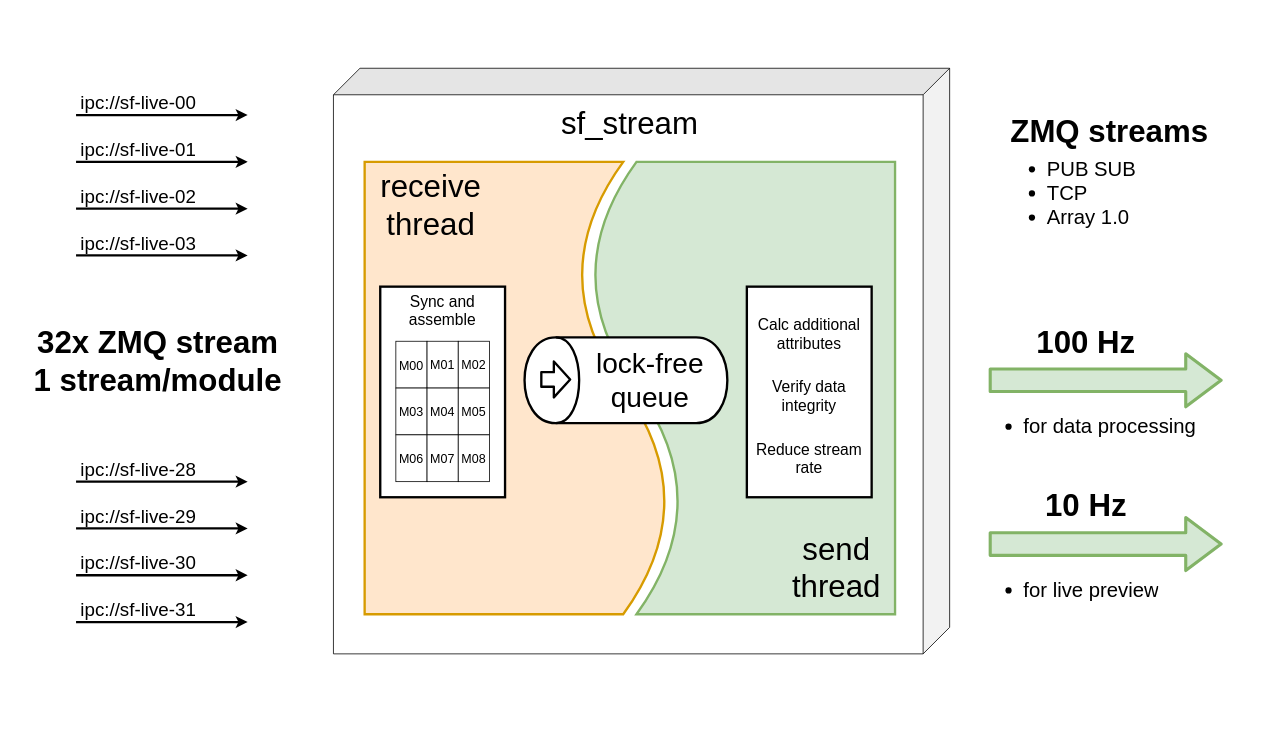
paulscherrerinstitute/sf_daq_buffer keeps this draw.io diagram as page "sf_stream" (4 of 5) of sf_daq_buffer.drawio. Above is the earlier version. Source tidied: cells renumbered, new cells numbered last; positions are measured from the earlier drawing's top-left corner, leaving out a move shared by most shapes. Both pictures are drawn from the tidied source at 78%, with x=0, y=0 at pixel (13, 68).
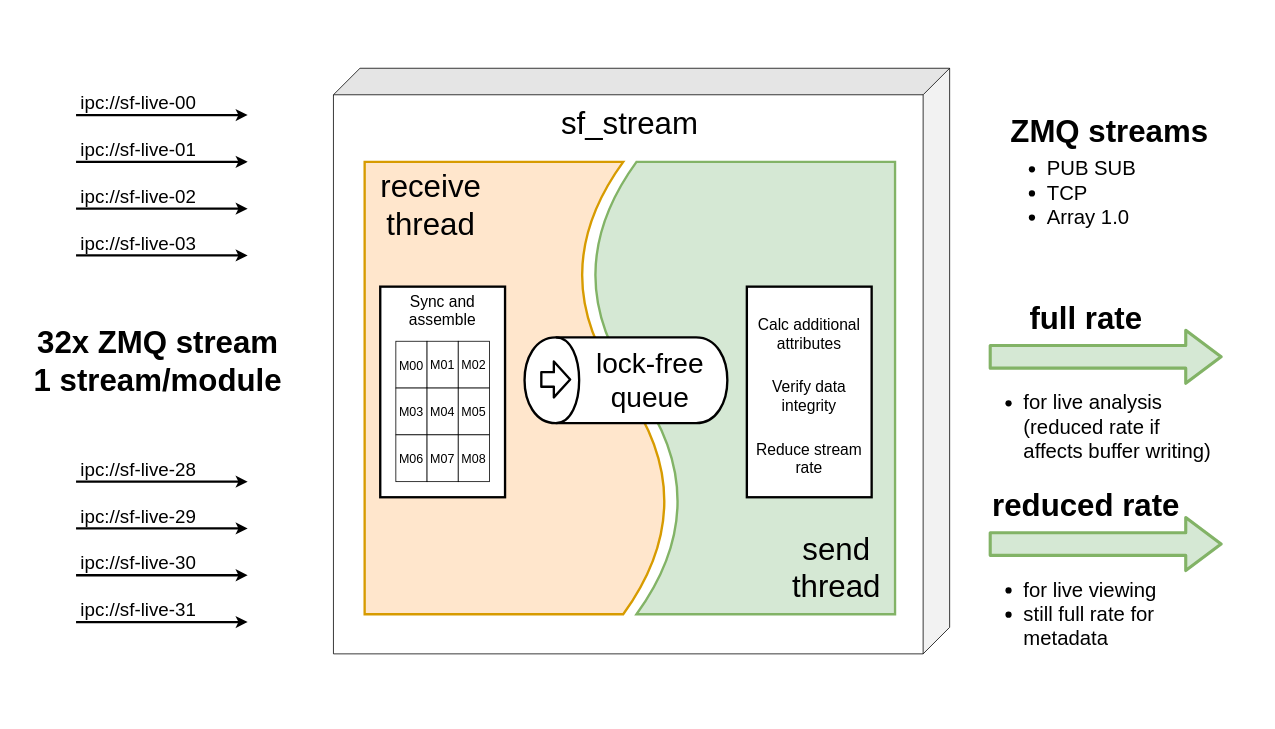
After the change.

Unchanged cells that the change refers to:
```xml
<mxCell id="15" style="group;" parent="12" vertex="1">
  <mxGeometry y="200" width="310" height="500" as="geometry" />
</mxCell>
<mxCell id="18" style="group;" parent="17" vertex="1">
  <mxGeometry width="300" height="210" as="geometry" />
</mxCell>
<mxCell id="25" style="group;" parent="24" vertex="1">
  <mxGeometry width="300" height="210" as="geometry" />
</mxCell>
```

What changed in the source:
```diff
@@
+    <mxCell id="65" style="rounded=0;whiteSpace=wrap;html=1;fillColor=none;strokeColor=none;" parent="1" vertex="1">
+      <mxGeometry y="-70" width="1600" height="900" as="geometry" />
+    </mxCell>
@@
     <mxCell id="16" style="group;" parent="15" vertex="1">
-      <mxGeometry width="310" height="300" as="geometry" />
+      <mxGeometry y="-30" width="310" height="300" as="geometry" />
     </mxCell>
@@
-    <mxCell id="20" value="100 Hz" style="text;html=1;strokeColor=none;fillColor=none;align=center;verticalAlign=middle;whiteSpace=wrap;rounded=0;fontSize=40;fontStyle=1;" parent="18" vertex="1">
+    <mxCell id="20" value="full rate" style="text;html=1;strokeColor=none;fillColor=none;align=center;verticalAlign=middle;whiteSpace=wrap;rounded=0;fontSize=40;fontStyle=1;" parent="18" vertex="1">
       <mxGeometry width="250" height="40" as="geometry" />
     </mxCell>
-    <mxCell id="21" value="&lt;h1&gt;&lt;ul style=&quot;font-size: 26px&quot;&gt;&lt;li&gt;&lt;span style=&quot;font-weight: normal&quot;&gt;for data processing&lt;/span&gt;&lt;/li&gt;&lt;/ul&gt;&lt;/h1&gt;" style="text;html=1;strokeColor=none;fillColor=none;spacing=5;spacingTop=-20;whiteSpace=wrap;overflow=hidden;rounded=0;fontSize=40;" parent="18" vertex="1">
-      <mxGeometry y="70" width="300" height="90" as="geometry" />
+    <mxCell id="21" value="&lt;h1&gt;&lt;ul style=&quot;font-size: 26px&quot;&gt;&lt;li&gt;&lt;span style=&quot;font-weight: normal&quot;&gt;for live analysis (reduced rate if affects buffer writing)&lt;/span&gt;&lt;/li&gt;&lt;/ul&gt;&lt;/h1&gt;" style="text;html=1;strokeColor=none;fillColor=none;spacing=5;spacingTop=-20;whiteSpace=wrap;overflow=hidden;rounded=0;fontSize=40;" parent="18" vertex="1">
+      <mxGeometry y="70" width="300" height="140" as="geometry" />
     </mxCell>
@@
-    <mxCell id="27" value="10 Hz" style="text;html=1;strokeColor=none;fillColor=none;align=center;verticalAlign=middle;whiteSpace=wrap;rounded=0;fontSize=40;fontStyle=1;" parent="25" vertex="1">
+    <mxCell id="27" value="reduced rate" style="text;html=1;strokeColor=none;fillColor=none;align=center;verticalAlign=middle;whiteSpace=wrap;rounded=0;fontSize=40;fontStyle=1;" parent="25" vertex="1">
       <mxGeometry width="250" height="40" as="geometry" />
     </mxCell>
-    <mxCell id="28" value="&lt;h1&gt;&lt;ul style=&quot;font-size: 26px&quot;&gt;&lt;li&gt;&lt;span style=&quot;font-weight: normal&quot;&gt;for live preview&lt;/span&gt;&lt;/li&gt;&lt;/ul&gt;&lt;/h1&gt;" style="text;html=1;strokeColor=none;fillColor=none;spacing=5;spacingTop=-20;whiteSpace=wrap;overflow=hidden;rounded=0;fontSize=40;" parent="25" vertex="1">
+    <mxCell id="28" value="&lt;h1&gt;&lt;ul style=&quot;font-size: 26px&quot;&gt;&lt;li&gt;&lt;span style=&quot;font-weight: normal&quot;&gt;for live viewing&lt;/span&gt;&lt;/li&gt;&lt;li&gt;&lt;span style=&quot;font-weight: 400&quot;&gt;still full rate for metadata&lt;/span&gt;&lt;/li&gt;&lt;/ul&gt;&lt;/h1&gt;" style="text;html=1;strokeColor=none;fillColor=none;spacing=5;spacingTop=-20;whiteSpace=wrap;overflow=hidden;rounded=0;fontSize=40;" parent="25" vertex="1">
       <mxGeometry y="70" width="300" height="140" as="geometry" />
     </mxCell>
```
